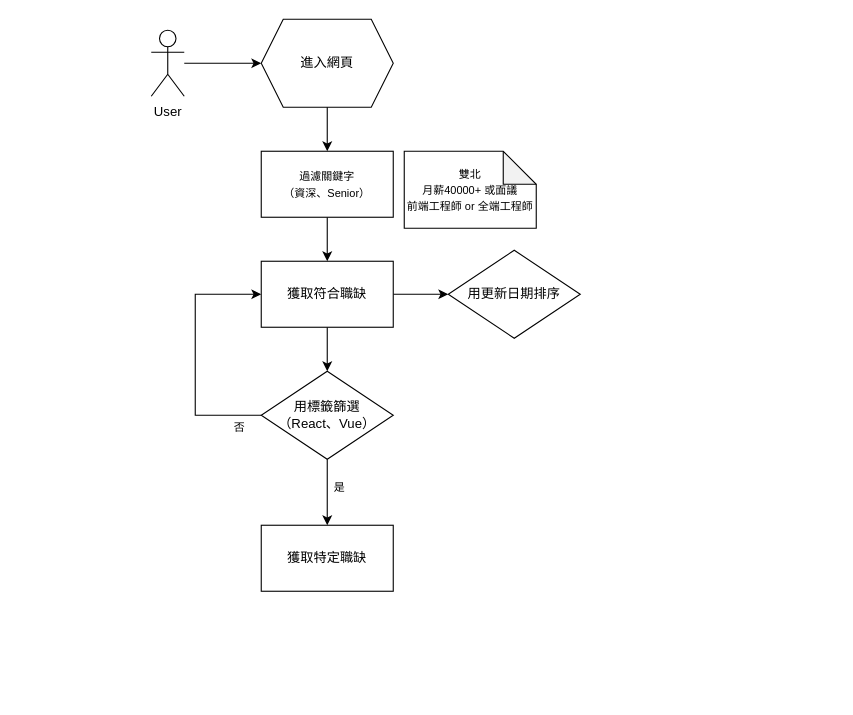
Above: structure.drawio in JuneLin2001/104-crawler (draw.io), before the change. Source tidied: cells renumbered, new cells numbered last; positions are measured from the earlier drawing's top-left corner, leaving out a move shared by most shapes. Both pictures are drawn from the tidied source at 110%, with x=0, y=0 at pixel (151, 19).
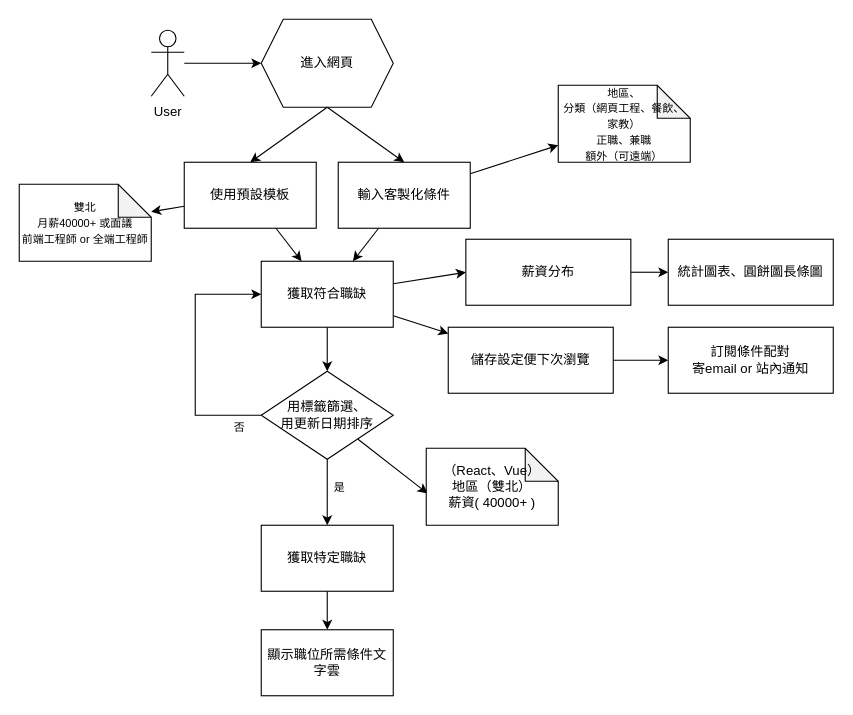
The same page after the edit.

The change refers to these unchanged cells:
```xml
<mxCell id="3" value="進入網頁" style="shape=hexagon;perimeter=hexagonPerimeter2;whiteSpace=wrap;html=1;fixedSize=1;" parent="1" vertex="1">
  <mxGeometry x="100" width="120" height="80" as="geometry" />
</mxCell>
<mxCell id="7" value="獲取符合職缺" style="rounded=0;whiteSpace=wrap;html=1;" parent="1" vertex="1">
  <mxGeometry x="100" y="220" width="120" height="60" as="geometry" />
</mxCell>
<mxCell id="13" value="獲取特定職缺" style="rounded=0;whiteSpace=wrap;html=1;" parent="1" vertex="1">
  <mxGeometry x="100" y="460" width="120" height="60" as="geometry" />
</mxCell>
```

The edit, as a diff of the source:
```diff
@@
-    <mxCell id="6" style="edgeStyle=none;html=1;" parent="1" edge="1" source="7" target="16">
+    <mxCell id="6" style="edgeStyle=none;html=1;entryX=0;entryY=0.5;entryDx=0;entryDy=0;" parent="1" edge="1" source="7" target="35">
       <mxGeometry relative="1" as="geometry" />
     </mxCell>
+    <mxCell id="19" style="edgeStyle=none;html=1;" parent="1" edge="1" source="7" target="31">
+      <mxGeometry relative="1" as="geometry" />
+    </mxCell>
@@
-    <mxCell id="8" style="endArrow=classic;html=1;exitX=0.5;exitY=1;exitDx=0;exitDy=0;entryX=0.5;entryY=0;entryDx=0;entryDy=0;" parent="1" edge="1" source="3" target="18">
+    <mxCell id="8" style="endArrow=classic;html=1;exitX=0.5;exitY=1;exitDx=0;exitDy=0;entryX=0.5;entryY=0;entryDx=0;entryDy=0;" parent="1" edge="1" source="3" target="27">
       <mxGeometry relative="1" as="geometry" />
     </mxCell>
     <mxCell id="9" value="&lt;font style=&quot;font-size: 10px;&quot;&gt;雙北&lt;br&gt;月薪40000+ 或面議&lt;br&gt;前端工程師 or 全端工程師&lt;/font&gt;" style="shape=note;whiteSpace=wrap;html=1;backgroundOutline=1;darkOpacity=0.05;" parent="1" vertex="1">
-      <mxGeometry x="230" y="120" width="120" height="70" as="geometry" />
+      <mxGeometry x="-120" y="150" width="120" height="70" as="geometry" />
     </mxCell>
@@
+    <mxCell id="20" style="edgeStyle=none;html=1;entryX=0.01;entryY=0.586;entryDx=0;entryDy=0;entryPerimeter=0;" parent="1" edge="1" source="12" target="29">
+      <mxGeometry relative="1" as="geometry" />
+    </mxCell>
-    <mxCell id="12" value="&lt;span style=&quot;font-size: 12px;&quot;&gt;用標籤篩選&lt;/span&gt;&lt;br style=&quot;font-size: 12px;&quot;&gt;&lt;span style=&quot;font-size: 12px;&quot;&gt;（React、Vue）&lt;/span&gt;" style="rhombus;whiteSpace=wrap;html=1;fontSize=10;" parent="1" vertex="1">
+    <mxCell id="12" value="&lt;span style=&quot;font-size: 12px;&quot;&gt;用標籤篩選、&lt;br&gt;&lt;/span&gt;&lt;span style=&quot;font-size: 12px;&quot;&gt;用更新日期排序&lt;/span&gt;" style="rhombus;whiteSpace=wrap;html=1;fontSize=10;" parent="1" vertex="1">
       <mxGeometry x="100" y="320" width="120" height="80" as="geometry" />
     </mxCell>
+    <mxCell id="21" style="edgeStyle=none;html=1;" parent="1" edge="1" source="13" target="33">
+      <mxGeometry relative="1" as="geometry" />
+    </mxCell>
@@
-    <mxCell id="16" value="&lt;span style=&quot;font-size: 12px;&quot;&gt;用更新日期排序&lt;/span&gt;" style="rhombus;whiteSpace=wrap;html=1;fontSize=10;" parent="1" vertex="1">
-      <mxGeometry x="270" y="210" width="120" height="80" as="geometry" />
-    </mxCell>
-    <mxCell id="17" style="edgeStyle=none;html=1;" parent="1" edge="1" source="18" target="7">
-      <mxGeometry relative="1" as="geometry" />
-    </mxCell>
-    <mxCell id="18" value="&lt;span style=&quot;font-size: 10px;&quot;&gt;過濾關鍵字&lt;/span&gt;&lt;br style=&quot;font-size: 10px;&quot;&gt;&lt;span style=&quot;font-size: 10px;&quot;&gt;（資深、Senior）&lt;/span&gt;" style="rounded=0;whiteSpace=wrap;html=1;" parent="1" vertex="1">
-      <mxGeometry x="100" y="120" width="120" height="60" as="geometry" />
-    </mxCell>
+    <mxCell id="22" style="edgeStyle=none;html=1;" parent="1" edge="1" source="24" target="7">
+      <mxGeometry relative="1" as="geometry" />
+    </mxCell>
+    <mxCell id="23" style="edgeStyle=none;html=1;" parent="1" edge="1" source="24" target="37">
+      <mxGeometry relative="1" as="geometry" />
+    </mxCell>
+    <mxCell id="24" value="輸入客製化條件" style="rounded=0;whiteSpace=wrap;html=1;" parent="1" vertex="1">
+      <mxGeometry x="170" y="130" width="120" height="60" as="geometry" />
+    </mxCell>
+    <mxCell id="25" style="edgeStyle=none;html=1;" parent="1" edge="1" source="27" target="7">
+      <mxGeometry relative="1" as="geometry" />
+    </mxCell>
+    <mxCell id="26" style="edgeStyle=none;html=1;" parent="1" edge="1" source="27" target="9">
+      <mxGeometry relative="1" as="geometry" />
+    </mxCell>
+    <mxCell id="27" value="使用預設模板" style="rounded=0;whiteSpace=wrap;html=1;" parent="1" vertex="1">
+      <mxGeometry x="30" y="130" width="120" height="60" as="geometry" />
+    </mxCell>
+    <mxCell id="28" style="endArrow=classic;html=1;exitX=0.5;exitY=1;exitDx=0;exitDy=0;entryX=0.5;entryY=0;entryDx=0;entryDy=0;" parent="1" edge="1" source="3" target="24">
+      <mxGeometry relative="1" as="geometry" />
+    </mxCell>
+    <mxCell id="29" value="（React、Vue）&lt;br&gt;地區（雙北）&lt;br&gt;薪資( 40000+ )" style="shape=note;whiteSpace=wrap;html=1;backgroundOutline=1;darkOpacity=0.05;" parent="1" vertex="1">
+      <mxGeometry x="250" y="390" width="120" height="70" as="geometry" />
+    </mxCell>
+    <mxCell id="30" style="edgeStyle=none;html=1;" parent="1" edge="1" source="31" target="32">
+      <mxGeometry relative="1" as="geometry" />
+    </mxCell>
+    <mxCell id="31" value="儲存設定便下次瀏覽" style="rounded=0;whiteSpace=wrap;html=1;" parent="1" vertex="1">
+      <mxGeometry x="270" y="280" width="150" height="60" as="geometry" />
+    </mxCell>
+    <mxCell id="32" value="訂閱條件配對&lt;br&gt;寄email or 站內通知" style="rounded=0;whiteSpace=wrap;html=1;" parent="1" vertex="1">
+      <mxGeometry x="470" y="280" width="150" height="60" as="geometry" />
+    </mxCell>
+    <mxCell id="33" value="顯示職位所需條件文字雲" style="rounded=0;whiteSpace=wrap;html=1;" parent="1" vertex="1">
+      <mxGeometry x="100" y="555" width="120" height="60" as="geometry" />
+    </mxCell>
+    <mxCell id="34" style="edgeStyle=none;html=1;" parent="1" edge="1" source="35" target="36">
+      <mxGeometry relative="1" as="geometry" />
+    </mxCell>
+    <mxCell id="35" value="薪資分布" style="rounded=0;whiteSpace=wrap;html=1;" parent="1" vertex="1">
+      <mxGeometry x="286" y="200" width="150" height="60" as="geometry" />
+    </mxCell>
+    <mxCell id="36" value="統計圖表、圓餅圖長條圖" style="rounded=0;whiteSpace=wrap;html=1;" parent="1" vertex="1">
+      <mxGeometry x="470" y="200" width="150" height="60" as="geometry" />
+    </mxCell>
+    <mxCell id="37" value="&lt;font style=&quot;font-size: 10px;&quot;&gt;地區、&lt;br&gt;分類（網頁工程、餐飲、家教）&lt;br&gt;正職、兼職&lt;br&gt;額外（可遠端）&lt;/font&gt;" style="shape=note;whiteSpace=wrap;html=1;backgroundOutline=1;darkOpacity=0.05;" parent="1" vertex="1">
+      <mxGeometry x="370" y="60" width="120" height="70" as="geometry" />
+    </mxCell>
```
